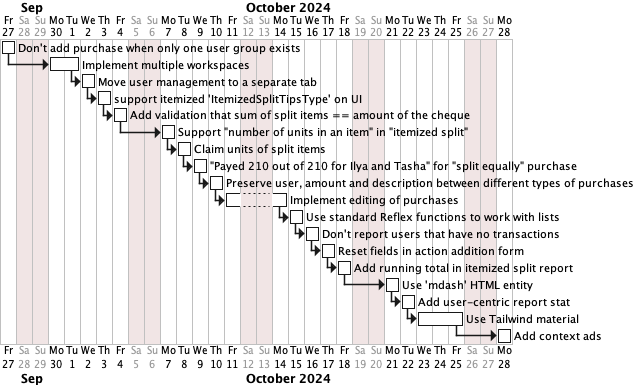
The PlantUML diagram plan_after_release.png in tellary/split, before a commit.
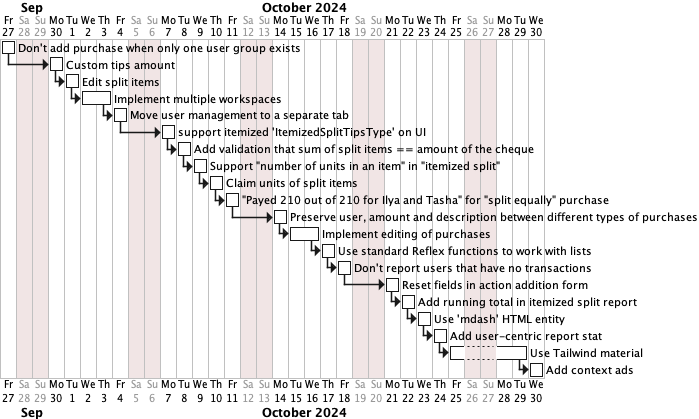
Above is the later version.

The edit, as a diff of the source:
```diff
@@ -5,6 +5,8 @@
 sunday are closed
 
 [Don't add purchase when only one user group exists] is 0% completed
+then [Custom tips amount] is 0% completed
+then [Edit split items] is 0% completed
 then [Implement multiple workspaces] is 0% completed and requires 2 days and starts on 2024-08-21
 then [Move user management to a separate tab] is 0% completed
 then [support itemized 'ItemizedSplitTipsType' on UI] is 0% completed
```
